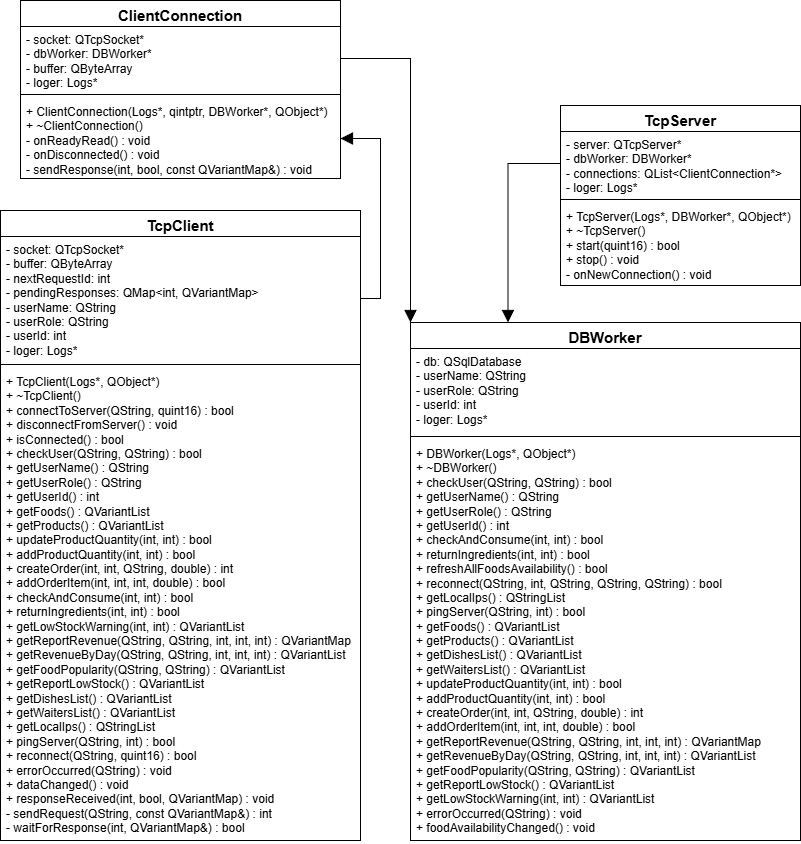
This is всякое/umls/Сеть.png from SamsykaR/Diplomer, a draw.io export, as it was before one commit. Source tidied: cells renumbered, new cells last; positions are measured from the earlier drawing's top-left corner, leaving out a move shared by most shapes. Source of this version:
```xml
<mxGraphModel>
  <root>
    <mxCell id="0" />
    <mxCell id="1" parent="0" />
    <mxCell id="2" value="&lt;font style=&quot;font-size: 15px;&quot;&gt;DBWorker&lt;/font&gt;" style="swimlane;fontStyle=1;align=center;verticalAlign=top;horizontal=1;startSize=26;whiteSpace=wrap;html=1;" parent="1" vertex="1">
      <mxGeometry x="410" y="322" width="390" height="518" as="geometry" />
    </mxCell>
    <mxCell id="3" value="&lt;div&gt;- db: QSqlDatabase&lt;/div&gt;&lt;div&gt;- userName: QString&lt;/div&gt;&lt;div&gt;- userRole: QString&lt;/div&gt;&lt;div&gt;- userId: int&lt;/div&gt;&lt;div&gt;- loger: Logs*&lt;/div&gt;" style="text;strokeColor=none;fillColor=none;align=left;verticalAlign=top;spacingLeft=4;spacingRight=4;overflow=hidden;whiteSpace=wrap;html=1;" parent="2" vertex="1">
      <mxGeometry y="26" width="390" height="84" as="geometry" />
    </mxCell>
    <mxCell id="4" style="line;strokeWidth=1;fillColor=none;align=left;verticalAlign=middle;spacingTop=-1;spacingLeft=3;spacingRight=3;labelPosition=right;strokeColor=inherit;" parent="2" vertex="1">
      <mxGeometry y="110" width="390" height="8" as="geometry" />
    </mxCell>
    <mxCell id="5" value="&lt;div&gt;+ DBWorker(Logs*, QObject*)&lt;/div&gt;&lt;div&gt;+ ~DBWorker()&lt;/div&gt;&lt;div&gt;+ checkUser(QString, QString) : bool&lt;/div&gt;&lt;div&gt;+ getUserName() : QString&lt;/div&gt;&lt;div&gt;+ getUserRole() : QString&lt;/div&gt;&lt;div&gt;+ getUserId() : int&lt;/div&gt;&lt;div&gt;+ checkAndConsume(int, int) : bool&lt;/div&gt;&lt;div&gt;+ returnIngredients(int, int) : bool&lt;/div&gt;&lt;div&gt;+ refreshAllFoodsAvailability() : bool&lt;/div&gt;&lt;div&gt;+ reconnect(QString, int, QString, QString, QString) : bool&lt;/div&gt;&lt;div&gt;+ getLocalIps() : QStringList&lt;/div&gt;&lt;div&gt;+ pingServer(QString, int) : bool&lt;/div&gt;&lt;div&gt;+ getFoods() : QVariantList&lt;/div&gt;&lt;div&gt;+ getProducts() : QVariantList&lt;/div&gt;&lt;div&gt;+ getDishesList() : QVariantList&lt;/div&gt;&lt;div&gt;+ getWaitersList() : QVariantList&lt;/div&gt;&lt;div&gt;+ updateProductQuantity(int, int) : bool&lt;/div&gt;&lt;div&gt;+ addProductQuantity(int, int) : bool&lt;/div&gt;&lt;div&gt;+ createOrder(int, int, QString, double) : int&lt;/div&gt;&lt;div&gt;+ addOrderItem(int, int, int, double) : bool&lt;/div&gt;&lt;div&gt;+ getReportRevenue(QString, QString, int, int, int) : QVariantMap&lt;/div&gt;&lt;div&gt;+ getRevenueByDay(QString, QString, int, int, int) : QVariantList&lt;/div&gt;&lt;div&gt;+ getFoodPopularity(QString, QString) : QVariantList&lt;/div&gt;&lt;div&gt;+ getReportLowStock() : QVariantList&lt;/div&gt;&lt;div&gt;+ getLowStockWarning(int, int) : QVariantList&lt;/div&gt;&lt;div&gt;+ errorOccurred(QString) : void&amp;nbsp; &amp;nbsp;&amp;nbsp;&lt;/div&gt;&lt;div&gt;+ foodAvailabilityChanged() : void&amp;nbsp;&amp;nbsp;&lt;/div&gt;" style="text;strokeColor=none;fillColor=none;align=left;verticalAlign=top;spacingLeft=4;spacingRight=4;overflow=hidden;whiteSpace=wrap;html=1;" parent="2" vertex="1">
      <mxGeometry y="118" width="390" height="400" as="geometry" />
    </mxCell>
    <mxCell id="6" value="&lt;font style=&quot;font-size: 15px;&quot;&gt;TcpClient&lt;/font&gt;" style="swimlane;fontStyle=1;align=center;verticalAlign=top;horizontal=1;startSize=26;whiteSpace=wrap;html=1;" parent="1" vertex="1">
      <mxGeometry y="210" width="360" height="630" as="geometry" />
    </mxCell>
    <mxCell id="7" value="&lt;div&gt;- socket: QTcpSocket*&lt;/div&gt;&lt;div&gt;- buffer: QByteArray&lt;/div&gt;&lt;div&gt;- nextRequestId: int&lt;/div&gt;&lt;div&gt;- pendingResponses: QMap&amp;lt;int, QVariantMap&amp;gt;&lt;/div&gt;&lt;div&gt;- userName: QString&lt;/div&gt;&lt;div&gt;- userRole: QString&lt;/div&gt;&lt;div&gt;- userId: int&lt;/div&gt;&lt;div&gt;- loger: Logs*&lt;/div&gt;" style="text;strokeColor=none;fillColor=none;align=left;verticalAlign=top;spacingLeft=4;spacingRight=4;overflow=hidden;points=[[0,0.5],[1,0.5]];portConstraint=eastwest;whiteSpace=wrap;html=1;" parent="6" vertex="1">
      <mxGeometry y="26" width="360" height="124" as="geometry" />
    </mxCell>
    <mxCell id="8" style="line;strokeWidth=1;fillColor=none;align=left;verticalAlign=middle;spacingTop=-1;spacingLeft=3;spacingRight=3;labelPosition=right;strokeColor=inherit;" parent="6" vertex="1">
      <mxGeometry y="150" width="360" height="8" as="geometry" />
    </mxCell>
    <mxCell id="9" value="&lt;div&gt;+ TcpClient(Logs*, QObject*)&lt;/div&gt;&lt;div&gt;+ ~TcpClient()&lt;/div&gt;&lt;div&gt;+ connectToServer(QString, quint16) : bool&lt;/div&gt;&lt;div&gt;+ disconnectFromServer() : void&lt;/div&gt;&lt;div&gt;+ isConnected() : bool&lt;/div&gt;&lt;div&gt;+ checkUser(QString, QString) : bool&lt;/div&gt;&lt;div&gt;+ getUserName() : QString&lt;/div&gt;&lt;div&gt;+ getUserRole() : QString&lt;/div&gt;&lt;div&gt;+ getUserId() : int&lt;/div&gt;&lt;div&gt;+ getFoods() : QVariantList&lt;/div&gt;&lt;div&gt;+ getProducts() : QVariantList&lt;/div&gt;&lt;div&gt;+ updateProductQuantity(int, int) : bool&lt;/div&gt;&lt;div&gt;+ addProductQuantity(int, int) : bool&lt;/div&gt;&lt;div&gt;+ createOrder(int, int, QString, double) : int&lt;/div&gt;&lt;div&gt;+ addOrderItem(int, int, int, double) : bool&lt;/div&gt;&lt;div&gt;+ checkAndConsume(int, int) : bool&lt;/div&gt;&lt;div&gt;+ returnIngredients(int, int) : bool&lt;/div&gt;&lt;div&gt;+ getLowStockWarning(int, int) : QVariantList&lt;/div&gt;&lt;div&gt;+ getReportRevenue(QString, QString, int, int, int) : QVariantMap&lt;/div&gt;&lt;div&gt;+ getRevenueByDay(QString, QString, int, int, int) : QVariantList&lt;/div&gt;&lt;div&gt;+ getFoodPopularity(QString, QString) : QVariantList&lt;/div&gt;&lt;div&gt;+ getReportLowStock() : QVariantList&lt;/div&gt;&lt;div&gt;+ getDishesList() : QVariantList&lt;/div&gt;&lt;div&gt;+ getWaitersList() : QVariantList&lt;/div&gt;&lt;div&gt;+ getLocalIps() : QStringList&lt;/div&gt;&lt;div&gt;+ pingServer(QString, int) : bool&lt;/div&gt;&lt;div&gt;+ reconnect(QString, quint16) : bool&lt;/div&gt;&lt;div&gt;+ errorOccurred(QString) : void&amp;nbsp;&amp;nbsp;&lt;/div&gt;&lt;div&gt;+ dataChanged() : void&amp;nbsp; &amp;nbsp; &amp;nbsp; &amp;nbsp;&amp;nbsp;&lt;/div&gt;&lt;div&gt;+ responseReceived(int, bool, QVariantMap) : void&amp;nbsp;&amp;nbsp;&lt;/div&gt;&lt;div&gt;- sendRequest(QString, const QVariantMap&amp;amp;) : int&lt;/div&gt;&lt;div&gt;- waitForResponse(int, QVariantMap&amp;amp;) : bool&lt;/div&gt;" style="text;strokeColor=none;fillColor=none;align=left;verticalAlign=top;spacingLeft=4;spacingRight=4;overflow=hidden;whiteSpace=wrap;html=1;" parent="6" vertex="1">
      <mxGeometry y="158" width="360" height="472" as="geometry" />
    </mxCell>
    <mxCell id="10" value="&lt;font style=&quot;font-size: 15px;&quot;&gt;TcpServer&lt;/font&gt;" style="swimlane;fontStyle=1;align=center;verticalAlign=top;horizontal=1;startSize=26;whiteSpace=wrap;html=1;" parent="1" vertex="1">
      <mxGeometry x="560" y="105" width="240" height="180" as="geometry" />
    </mxCell>
    <mxCell id="11" value="&lt;div&gt;- server: QTcpServer*&lt;/div&gt;&lt;div&gt;- dbWorker: DBWorker*&lt;/div&gt;&lt;div&gt;- connections: QList&amp;lt;ClientConnection*&amp;gt;&lt;/div&gt;&lt;div&gt;- loger: Logs*&lt;/div&gt;" style="text;strokeColor=none;fillColor=none;align=left;verticalAlign=top;spacingLeft=4;spacingRight=4;overflow=hidden;points=[[0,0.5],[1,0.5]];portConstraint=eastwest;whiteSpace=wrap;html=1;" parent="10" vertex="1">
      <mxGeometry y="26" width="240" height="64" as="geometry" />
    </mxCell>
    <mxCell id="12" style="line;strokeWidth=1;fillColor=none;align=left;verticalAlign=middle;spacingTop=-1;spacingLeft=3;spacingRight=3;labelPosition=right;strokeColor=inherit;" parent="10" vertex="1">
      <mxGeometry y="90" width="240" height="8" as="geometry" />
    </mxCell>
    <mxCell id="13" value="&lt;div&gt;+ TcpServer(Logs*, DBWorker*, QObject*)&lt;/div&gt;&lt;div&gt;+ ~TcpServer()&lt;/div&gt;&lt;div&gt;+ start(quint16) : bool&lt;/div&gt;&lt;div&gt;+ stop() : void&lt;/div&gt;&lt;div&gt;- onNewConnection() : void&lt;/div&gt;" style="text;strokeColor=none;fillColor=none;align=left;verticalAlign=top;spacingLeft=4;spacingRight=4;overflow=hidden;whiteSpace=wrap;html=1;" parent="10" vertex="1">
      <mxGeometry y="98" width="240" height="82" as="geometry" />
    </mxCell>
    <mxCell id="14" value="&lt;font style=&quot;font-size: 15px;&quot;&gt;ClientConnection&lt;/font&gt;" style="swimlane;fontStyle=1;align=center;verticalAlign=top;horizontal=1;startSize=26;whiteSpace=wrap;html=1;" parent="1" vertex="1">
      <mxGeometry x="20" width="320" height="178" as="geometry" />
    </mxCell>
    <mxCell id="15" value="&lt;div&gt;- socket: QTcpSocket*&lt;/div&gt;&lt;div&gt;- dbWorker: DBWorker*&lt;/div&gt;&lt;div&gt;- buffer: QByteArray&lt;/div&gt;&lt;div&gt;- loger: Logs*&lt;/div&gt;" style="text;strokeColor=none;fillColor=none;align=left;verticalAlign=top;spacingLeft=4;spacingRight=4;overflow=hidden;points=[[0,0.5],[1,0.5]];portConstraint=eastwest;whiteSpace=wrap;html=1;" parent="14" vertex="1">
      <mxGeometry y="26" width="320" height="64" as="geometry" />
    </mxCell>
    <mxCell id="16" style="line;strokeWidth=1;fillColor=none;align=left;verticalAlign=middle;spacingTop=-1;spacingLeft=3;spacingRight=3;labelPosition=right;strokeColor=inherit;" parent="14" vertex="1">
      <mxGeometry y="90" width="320" height="8" as="geometry" />
    </mxCell>
    <mxCell id="17" value="&lt;div&gt;+ ClientConnection(Logs*, qintptr, DBWorker*, QObject*)&lt;/div&gt;&lt;div&gt;+ ~ClientConnection()&lt;/div&gt;&lt;div&gt;- onReadyRead() : void&lt;/div&gt;&lt;div&gt;- onDisconnected() : void&lt;/div&gt;&lt;div&gt;- sendResponse(int, bool, const QVariantMap&amp;amp;) : void&lt;/div&gt;" style="text;strokeColor=none;fillColor=none;align=left;verticalAlign=top;spacingLeft=4;spacingRight=4;overflow=hidden;points=[[0,0.5],[1,0.5]];portConstraint=eastwest;whiteSpace=wrap;html=1;" parent="14" vertex="1">
      <mxGeometry y="98" width="320" height="80" as="geometry" />
    </mxCell>
    <mxCell id="18" style="edgeStyle=orthogonalEdgeStyle;rounded=0;jettySize=auto;html=1;exitX=0;exitY=0.5;exitDx=0;exitDy=0;entryX=0.25;entryY=0;entryDx=0;entryDy=0;endArrow=block;endFill=1;endSize=10;" parent="1" edge="1" source="11" target="2">
      <mxGeometry relative="1" as="geometry" />
    </mxCell>
    <mxCell id="19" style="edgeStyle=orthogonalEdgeStyle;rounded=0;jettySize=auto;html=1;exitX=1;exitY=0.5;exitDx=0;exitDy=0;entryX=0;entryY=0;entryDx=0;entryDy=0;endSize=10;endArrow=block;endFill=1;" parent="1" edge="1" source="15" target="2">
      <mxGeometry relative="1" as="geometry" />
    </mxCell>
    <mxCell id="20" style="edgeStyle=orthogonalEdgeStyle;rounded=0;jettySize=auto;html=1;exitX=1;exitY=0.5;exitDx=0;exitDy=0;entryX=1;entryY=0.5;entryDx=0;entryDy=0;endSize=10;endArrow=block;endFill=1;" parent="1" edge="1" source="7" target="17">
      <mxGeometry relative="1" as="geometry" />
    </mxCell>
  </root>
</mxGraphModel>
```
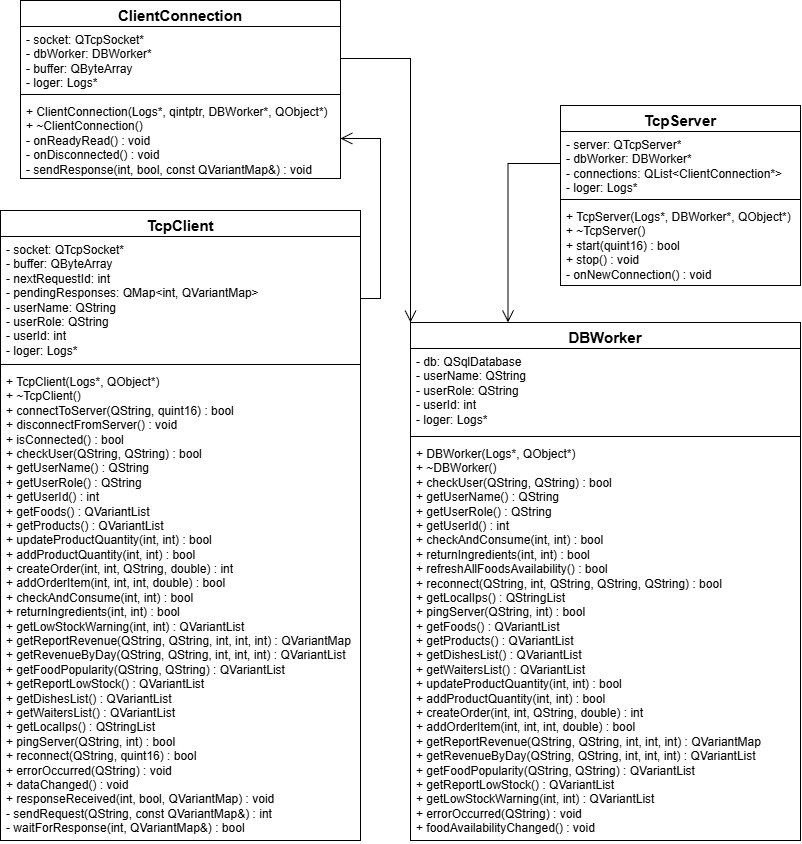
Above is the later version.

Diff of the diagram source:
```diff
@@ -50,13 +50,13 @@
     <mxCell id="17" value="&lt;div&gt;+ ClientConnection(Logs*, qintptr, DBWorker*, QObject*)&lt;/div&gt;&lt;div&gt;+ ~ClientConnection()&lt;/div&gt;&lt;div&gt;- onReadyRead() : void&lt;/div&gt;&lt;div&gt;- onDisconnected() : void&lt;/div&gt;&lt;div&gt;- sendResponse(int, bool, const QVariantMap&amp;amp;) : void&lt;/div&gt;" style="text;strokeColor=none;fillColor=none;align=left;verticalAlign=top;spacingLeft=4;spacingRight=4;overflow=hidden;points=[[0,0.5],[1,0.5]];portConstraint=eastwest;whiteSpace=wrap;html=1;" parent="14" vertex="1">
       <mxGeometry y="98" width="320" height="80" as="geometry" />
     </mxCell>
-    <mxCell id="18" style="edgeStyle=orthogonalEdgeStyle;rounded=0;jettySize=auto;html=1;exitX=0;exitY=0.5;exitDx=0;exitDy=0;entryX=0.25;entryY=0;entryDx=0;entryDy=0;endArrow=block;endFill=1;endSize=10;" parent="1" edge="1" source="11" target="2">
+    <mxCell id="18" style="edgeStyle=orthogonalEdgeStyle;rounded=0;jettySize=auto;html=1;exitX=0;exitY=0.5;exitDx=0;exitDy=0;entryX=0.25;entryY=0;entryDx=0;entryDy=0;endArrow=open;endFill=0;endSize=10;" parent="1" edge="1" source="11" target="2">
       <mxGeometry relative="1" as="geometry" />
     </mxCell>
-    <mxCell id="19" style="edgeStyle=orthogonalEdgeStyle;rounded=0;jettySize=auto;html=1;exitX=1;exitY=0.5;exitDx=0;exitDy=0;entryX=0;entryY=0;entryDx=0;entryDy=0;endSize=10;endArrow=block;endFill=1;" parent="1" edge="1" source="15" target="2">
+    <mxCell id="19" style="edgeStyle=orthogonalEdgeStyle;rounded=0;jettySize=auto;html=1;exitX=1;exitY=0.5;exitDx=0;exitDy=0;entryX=0;entryY=0;entryDx=0;entryDy=0;endSize=10;endArrow=open;endFill=0;" parent="1" edge="1" source="15" target="2">
       <mxGeometry relative="1" as="geometry" />
     </mxCell>
-    <mxCell id="20" style="edgeStyle=orthogonalEdgeStyle;rounded=0;jettySize=auto;html=1;exitX=1;exitY=0.5;exitDx=0;exitDy=0;entryX=1;entryY=0.5;entryDx=0;entryDy=0;endSize=10;endArrow=block;endFill=1;" parent="1" edge="1" source="7" target="17">
+    <mxCell id="20" style="edgeStyle=orthogonalEdgeStyle;rounded=0;jettySize=auto;html=1;exitX=1;exitY=0.5;exitDx=0;exitDy=0;entryX=1;entryY=0.5;entryDx=0;entryDy=0;endSize=10;endArrow=open;endFill=0;" parent="1" edge="1" source="7" target="17">
       <mxGeometry relative="1" as="geometry" />
     </mxCell>
   </root>
```
